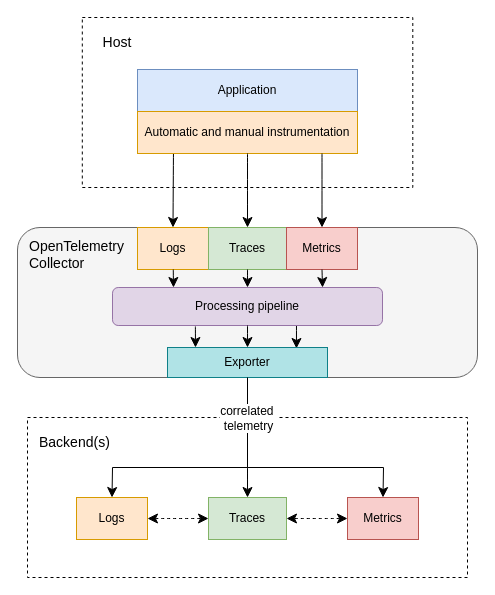
course-go/lectures keeps this draw.io diagram as assets/lecture-11/opentelemetry/opentelemetry-architecture.drawio. Above is the earlier version. Source tidied: cells renumbered, new cells numbered last; positions are measured from the earlier drawing's top-left corner, leaving out a move shared by most shapes. Both pictures are drawn from the tidied source at 100%, with x=0, y=0 at pixel (17, 17).
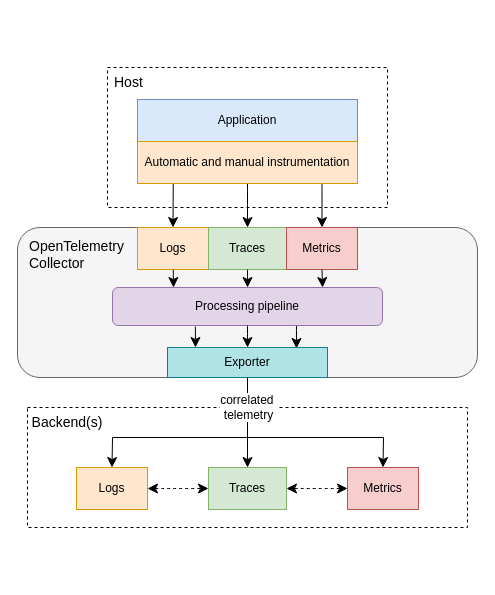
The same page after the edit.

Commit message (it also covers changes not shown here):
feat(lecture-11): finish opentelemetry slides

The change refers to these unchanged cells:
```xml
<mxCell id="19" value="Traces" style="rounded=0;whiteSpace=wrap;html=1;fillColor=#d5e8d4;strokeColor=#82b366;" parent="1" vertex="1">
  <mxGeometry x="191" y="210" width="78" height="42" as="geometry" />
</mxCell>
<mxCell id="20" value="Metrics" style="rounded=0;whiteSpace=wrap;html=1;fillColor=#f8cecc;strokeColor=#b85450;" parent="1" vertex="1">
  <mxGeometry x="269" y="210" width="71" height="42" as="geometry" />
</mxCell>
<mxCell id="22" value="Exporter" style="rounded=0;whiteSpace=wrap;html=1;fillColor=#b0e3e6;strokeColor=#0e8088;" parent="1" vertex="1">
  <mxGeometry x="150" y="330" width="160" height="30" as="geometry" />
</mxCell>
```

The edit, as a diff of the source:
```diff
@@
+    <mxCell id="10" style="endArrow=classic;html=1;rounded=0;fontSize=12;startSize=8;endSize=8;curved=1;exitX=0.5;exitY=1;exitDx=0;exitDy=0;entryX=0.5;entryY=0;entryDx=0;entryDy=0;" parent="1" edge="1" target="19">
+      <mxGeometry relative="1" as="geometry">
+        <mxPoint x="230" y="136" as="sourcePoint" />
+      </mxGeometry>
+    </mxCell>
+    <mxCell id="11" style="endArrow=classic;html=1;rounded=0;fontSize=12;startSize=8;endSize=8;curved=1;exitX=0.5;exitY=1;exitDx=0;exitDy=0;entryX=0.5;entryY=0;entryDx=0;entryDy=0;" parent="1" edge="1" target="20">
+      <mxGeometry relative="1" as="geometry">
+        <mxPoint x="304.5" y="136" as="sourcePoint" />
+      </mxGeometry>
+    </mxCell>
@@
     <mxCell id="5" style="rounded=0;whiteSpace=wrap;html=1;dashed=1;fillColor=none;" parent="1" vertex="1">
-      <mxGeometry x="64.8" width="330.5" height="170" as="geometry" />
+      <mxGeometry x="90" y="50" width="280" height="140" as="geometry" />
     </mxCell>
-    <mxCell id="6" value="Host" style="text;html=1;align=center;verticalAlign=middle;whiteSpace=wrap;rounded=0;fontSize=14;" parent="1" vertex="1">
-      <mxGeometry x="70" y="10" width="60" height="30" as="geometry" />
+    <mxCell id="6" value="Host" style="text;html=1;align=left;verticalAlign=middle;whiteSpace=wrap;rounded=0;fontSize=14;" parent="1" vertex="1">
+      <mxGeometry x="95" y="50" width="40" height="30" as="geometry" />
     </mxCell>
     <mxCell id="7" value="Application" style="rounded=0;whiteSpace=wrap;html=1;fillColor=#dae8fc;strokeColor=#6c8ebf;" parent="1" vertex="1">
-      <mxGeometry x="120" y="52" width="220" height="42" as="geometry" />
+      <mxGeometry x="120" y="82" width="220" height="42" as="geometry" />
     </mxCell>
     <mxCell id="8" value="Automatic and manual instrumentation" style="rounded=0;whiteSpace=wrap;html=1;fillColor=#ffe6cc;strokeColor=#d79b00;" parent="1" vertex="1">
-      <mxGeometry x="120" y="94" width="220" height="42" as="geometry" />
+      <mxGeometry x="120" y="124" width="220" height="42" as="geometry" />
     </mxCell>
@@
-    <mxCell id="10" style="endArrow=classic;html=1;rounded=0;fontSize=12;startSize=8;endSize=8;curved=1;exitX=0.5;exitY=1;exitDx=0;exitDy=0;entryX=0.5;entryY=0;entryDx=0;entryDy=0;" parent="1" edge="1" target="19">
-      <mxGeometry relative="1" as="geometry">
-        <mxPoint x="230" y="136" as="sourcePoint" />
-      </mxGeometry>
-    </mxCell>
-    <mxCell id="11" style="endArrow=classic;html=1;rounded=0;fontSize=12;startSize=8;endSize=8;curved=1;exitX=0.5;exitY=1;exitDx=0;exitDy=0;entryX=0.5;entryY=0;entryDx=0;entryDy=0;" parent="1" edge="1" target="20">
-      <mxGeometry relative="1" as="geometry">
-        <mxPoint x="304.5" y="136" as="sourcePoint" />
-      </mxGeometry>
-    </mxCell>
     <mxCell id="12" style="rounded=0;whiteSpace=wrap;html=1;dashed=1;fillColor=none;" parent="1" vertex="1">
-      <mxGeometry x="10" y="400" width="440" height="160" as="geometry" />
+      <mxGeometry x="10" y="390" width="440" height="120" as="geometry" />
     </mxCell>
-    <mxCell id="13" value="Backend(s)" style="text;html=1;align=left;verticalAlign=middle;whiteSpace=wrap;rounded=0;fontSize=14;" parent="1" vertex="1">
-      <mxGeometry x="20" y="410" width="60" height="30" as="geometry" />
+    <mxCell id="13" value="Backend(s)" style="text;html=1;align=center;verticalAlign=middle;whiteSpace=wrap;rounded=0;fontSize=14;" parent="1" vertex="1">
+      <mxGeometry x="20" y="390" width="60" height="30" as="geometry" />
     </mxCell>
     <mxCell id="14" value="Logs" style="rounded=0;whiteSpace=wrap;html=1;fillColor=#ffe6cc;strokeColor=#d79b00;" parent="1" vertex="1">
-      <mxGeometry x="59" y="480" width="71" height="42" as="geometry" />
+      <mxGeometry x="59" y="450" width="71" height="42" as="geometry" />
     </mxCell>
     <mxCell id="15" value="Traces" style="rounded=0;whiteSpace=wrap;html=1;fillColor=#d5e8d4;strokeColor=#82b366;" parent="1" vertex="1">
-      <mxGeometry x="191" y="480" width="78" height="42" as="geometry" />
+      <mxGeometry x="191" y="450" width="78" height="42" as="geometry" />
     </mxCell>
     <mxCell id="16" value="Metrics" style="rounded=0;whiteSpace=wrap;html=1;fillColor=#f8cecc;strokeColor=#b85450;" parent="1" vertex="1">
-      <mxGeometry x="330" y="480" width="71" height="42" as="geometry" />
+      <mxGeometry x="330" y="450" width="71" height="42" as="geometry" />
     </mxCell>
@@
     <mxCell id="23" style="endArrow=classic;html=1;rounded=0;fontSize=12;startSize=8;endSize=8;curved=0;exitX=0.5;exitY=1;exitDx=0;exitDy=0;entryX=0.5;entryY=0;entryDx=0;entryDy=0;" parent="1" edge="1" source="22" target="16">
       <mxGeometry relative="1" as="geometry">
         <Array as="points">
-          <mxPoint x="230" y="450" />
-          <mxPoint x="366" y="450" />
+          <mxPoint x="230" y="420" />
+          <mxPoint x="366" y="420" />
         </Array>
       </mxGeometry>
     </mxCell>
     <mxCell id="24" value="correlated&amp;nbsp;&lt;div&gt;telemetry&lt;/div&gt;" style="edgeLabel;html=1;align=center;verticalAlign=middle;fontSize=12;" parent="23" vertex="1">
       <mxGeometry x="-0.58" relative="1" as="geometry">
-        <mxPoint y="-14" as="offset" />
+        <mxPoint y="-18" as="offset" />
       </mxGeometry>
     </mxCell>
     <mxCell id="25" style="endArrow=classic;html=1;rounded=0;fontSize=12;startSize=8;endSize=8;curved=1;entryX=0.5;entryY=0;entryDx=0;entryDy=0;" parent="1" edge="1" target="15">
       <mxGeometry relative="1" as="geometry">
-        <mxPoint x="230" y="450" as="sourcePoint" />
+        <mxPoint x="230" y="420" as="sourcePoint" />
       </mxGeometry>
     </mxCell>
     <mxCell id="26" style="endArrow=classic;html=1;rounded=0;fontSize=12;startSize=8;endSize=8;curved=0;entryX=0.5;entryY=0;entryDx=0;entryDy=0;" parent="1" edge="1" target="14">
       <mxGeometry relative="1" as="geometry">
-        <mxPoint x="230" y="450" as="sourcePoint" />
+        <mxPoint x="230" y="420" as="sourcePoint" />
         <Array as="points">
-          <mxPoint x="95" y="450" />
+          <mxPoint x="95" y="420" />
         </Array>
       </mxGeometry>
     </mxCell>
@@
     <mxCell id="32" style="endArrow=classic;startArrow=classic;html=1;rounded=0;fontSize=12;startSize=8;endSize=8;curved=1;exitX=1;exitY=0.5;exitDx=0;exitDy=0;entryX=0;entryY=0.5;entryDx=0;entryDy=0;dashed=1;" parent="1" edge="1" source="14" target="15">
       <mxGeometry relative="1" as="geometry">
         <Array as="points">
-          <mxPoint x="160" y="501" />
+          <mxPoint x="160" y="471" />
         </Array>
       </mxGeometry>
     </mxCell>
```
